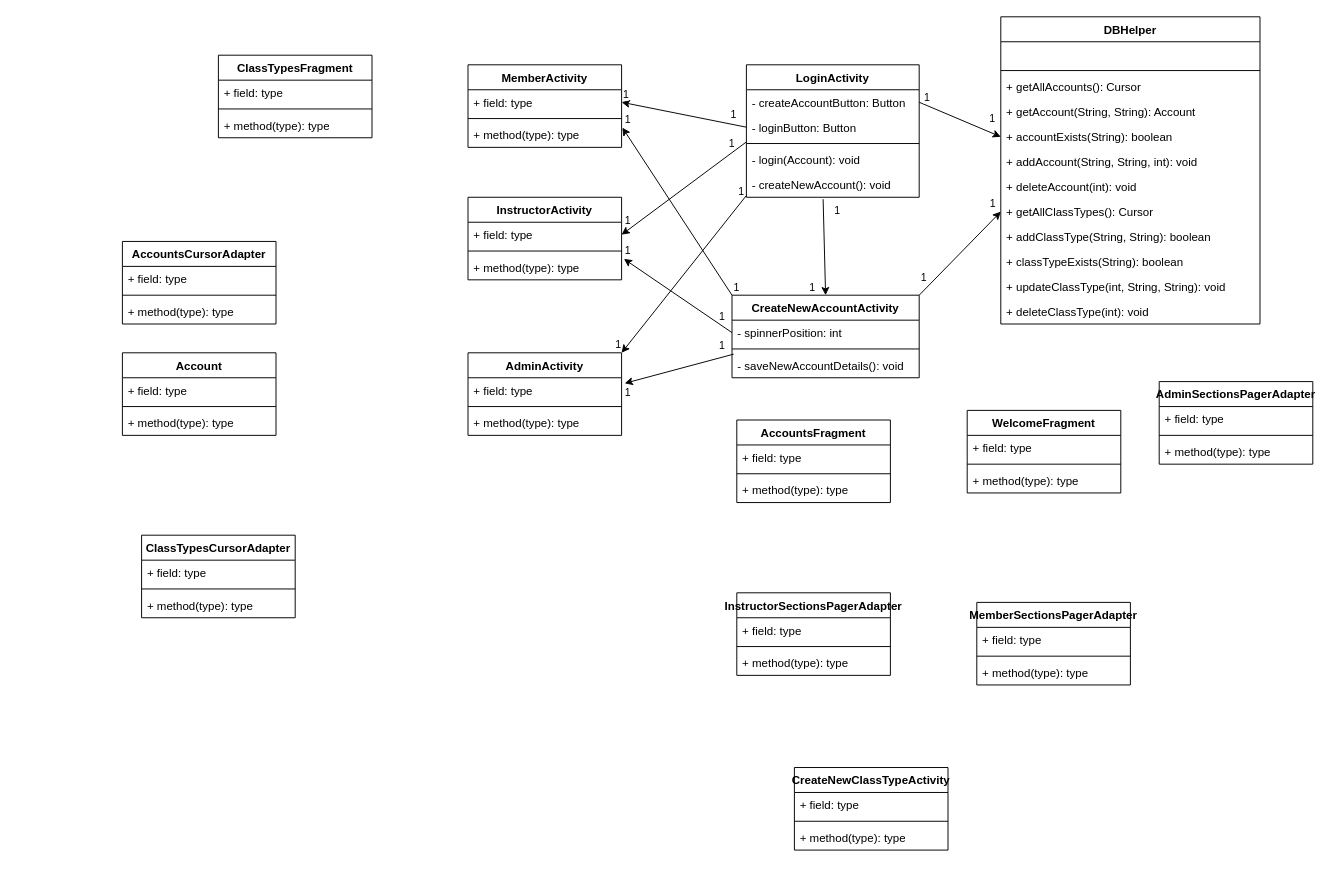
The draw.io diagram Documents/UML Class Diagram.drawio in AmyLDunn/Fitness_Center, before the edit. Source tidied: cells renumbered, new cells numbered last; positions are measured from the earlier drawing's top-left corner, leaving out a move shared by most shapes. Both pictures are drawn from the tidied source at 96%, with x=0, y=0 at pixel (122, 16).
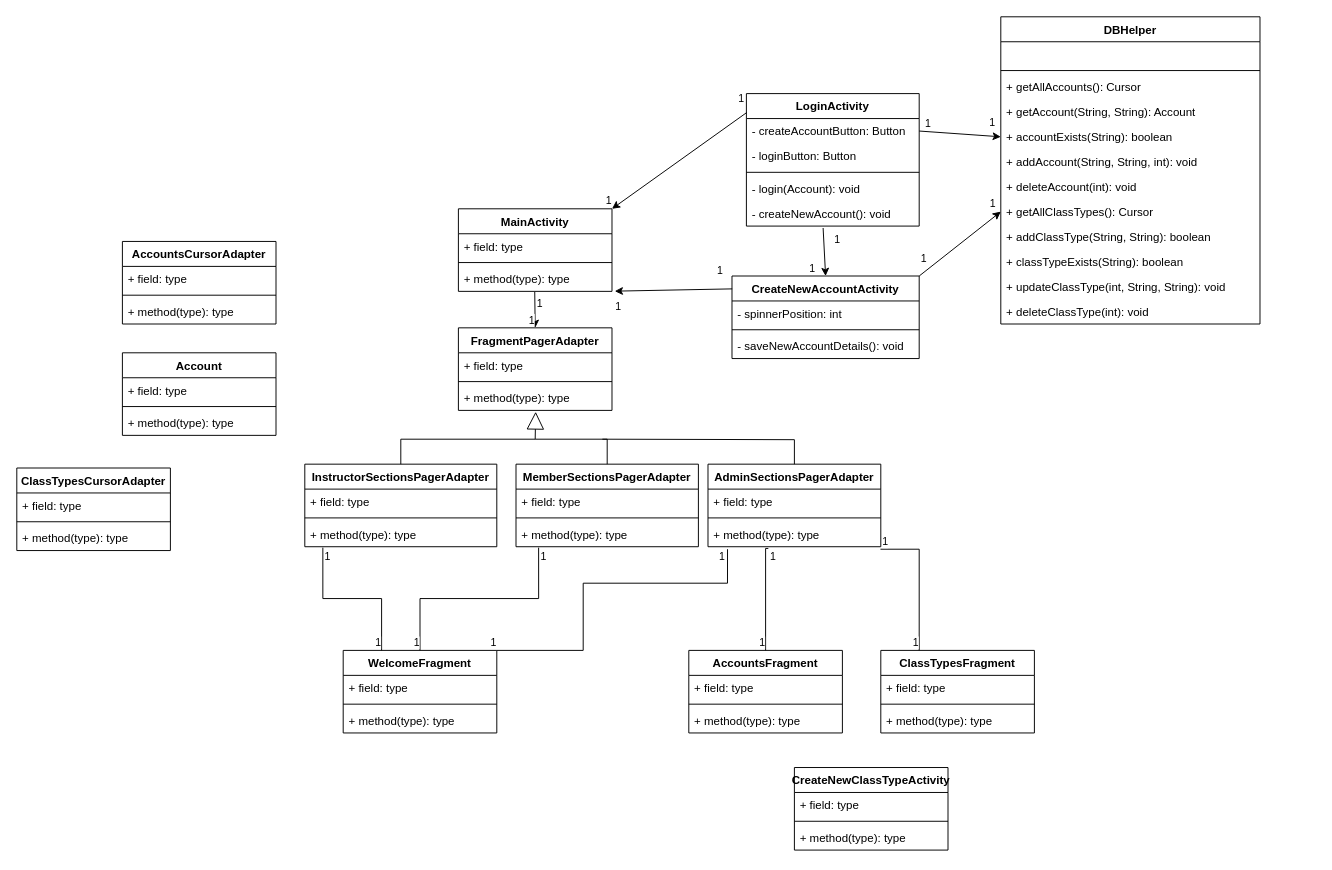
After the change.

The change refers to these unchanged cells:
```xml
<mxCell id="4" value="- loginButton: Button" style="text;strokeColor=none;fillColor=none;align=left;verticalAlign=top;spacingLeft=4;spacingRight=4;overflow=hidden;points=[[0,0.5],[1,0.5]];portConstraint=eastwest;" parent="2" vertex="1">
  <mxGeometry y="52" width="180" height="26" as="geometry" />
</mxCell>
<mxCell id="7" value="- createNewAccount(): void" style="text;strokeColor=none;fillColor=none;align=left;verticalAlign=top;spacingLeft=4;spacingRight=4;overflow=hidden;points=[[0,0.5],[1,0.5]];portConstraint=eastwest;" parent="2" vertex="1">
  <mxGeometry y="112" width="180" height="26" as="geometry" />
</mxCell>
<mxCell id="25" value="- spinnerPosition: int" style="text;strokeColor=none;fillColor=none;align=left;verticalAlign=top;spacingLeft=4;spacingRight=4;overflow=hidden;points=[[0,0.5],[1,0.5]];portConstraint=eastwest;" parent="24" vertex="1">
  <mxGeometry y="26" width="195" height="26" as="geometry" />
</mxCell>
<mxCell id="27" value="- saveNewAccountDetails(): void" style="text;strokeColor=none;fillColor=none;align=left;verticalAlign=top;spacingLeft=4;spacingRight=4;overflow=hidden;points=[[0,0.5],[1,0.5]];portConstraint=eastwest;" parent="24" vertex="1">
  <mxGeometry y="60" width="195" height="26" as="geometry" />
</mxCell>
<mxCell id="71" value="+ field: type" style="text;strokeColor=none;fillColor=none;align=left;verticalAlign=top;spacingLeft=4;spacingRight=4;overflow=hidden;points=[[0,0.5],[1,0.5]];portConstraint=eastwest;" parent="70" vertex="1">
  <mxGeometry y="26" width="160" height="26" as="geometry" />
</mxCell>
<mxCell id="73" value="+ method(type): type" style="text;strokeColor=none;fillColor=none;align=left;verticalAlign=top;spacingLeft=4;spacingRight=4;overflow=hidden;points=[[0,0.5],[1,0.5]];portConstraint=eastwest;" parent="70" vertex="1">
  <mxGeometry y="60" width="160" height="26" as="geometry" />
</mxCell>
```

The edit, as a diff of the source:
```diff
@@
     <mxCell id="2" value="LoginActivity" style="swimlane;fontStyle=1;align=center;verticalAlign=top;horizontal=1;startSize=26;" parent="1" vertex="1">
-      <mxGeometry x="650" y="50" width="180" height="138" as="geometry" />
+      <mxGeometry x="650" y="80" width="180" height="138" as="geometry" />
     </mxCell>
@@
     <mxCell id="24" value="CreateNewAccountActivity" style="swimlane;fontStyle=1;align=center;verticalAlign=top;horizontal=1;startSize=26;" parent="1" vertex="1">
-      <mxGeometry x="635" y="290" width="195" height="86" as="geometry" />
+      <mxGeometry x="635" y="270" width="195" height="86" as="geometry" />
     </mxCell>
@@
     <mxCell id="38" value="ClassTypesCursorAdapter" style="swimlane;fontStyle=1;align=center;verticalAlign=top;horizontal=1;startSize=26;" parent="1" vertex="1">
-      <mxGeometry x="20" y="540" width="160" height="86" as="geometry" />
+      <mxGeometry x="-110" y="470" width="160" height="86" as="geometry" />
     </mxCell>
@@
     <mxCell id="42" value="AccountsFragment" style="swimlane;fontStyle=1;align=center;verticalAlign=top;horizontal=1;startSize=26;" parent="1" vertex="1">
-      <mxGeometry x="640" y="420" width="160" height="86" as="geometry" />
+      <mxGeometry x="590" y="660" width="160" height="86" as="geometry" />
     </mxCell>
@@
     <mxCell id="46" value="ClassTypesFragment" style="swimlane;fontStyle=1;align=center;verticalAlign=top;horizontal=1;startSize=26;" parent="1" vertex="1">
-      <mxGeometry x="100" y="40" width="160" height="86" as="geometry" />
+      <mxGeometry x="790" y="660" width="160" height="86" as="geometry" />
     </mxCell>
@@
     <mxCell id="50" value="WelcomeFragment" style="swimlane;fontStyle=1;align=center;verticalAlign=top;horizontal=1;startSize=26;" parent="1" vertex="1">
-      <mxGeometry x="880" y="410" width="160" height="86" as="geometry" />
+      <mxGeometry x="230" y="660" width="160" height="86" as="geometry" />
     </mxCell>
@@
     <mxCell id="58" value="AdminSectionsPagerAdapter" style="swimlane;fontStyle=1;align=center;verticalAlign=top;horizontal=1;startSize=26;" parent="1" vertex="1">
-      <mxGeometry x="1080" y="380" width="160" height="86" as="geometry" />
+      <mxGeometry x="610" y="466" width="180" height="86" as="geometry" />
     </mxCell>
     <mxCell id="59" value="+ field: type" style="text;strokeColor=none;fillColor=none;align=left;verticalAlign=top;spacingLeft=4;spacingRight=4;overflow=hidden;" parent="58" vertex="1">
-      <mxGeometry y="26" width="160" height="26" as="geometry" />
+      <mxGeometry y="26" width="180" height="26" as="geometry" />
     </mxCell>
     <mxCell id="60" style="line;strokeWidth=1;fillColor=none;align=left;verticalAlign=middle;spacingTop=-1;spacingLeft=3;spacingRight=3;labelPosition=right;" parent="58" vertex="1">
-      <mxGeometry y="52" width="160" height="8" as="geometry" />
+      <mxGeometry y="52" width="180" height="8" as="geometry" />
     </mxCell>
     <mxCell id="61" value="+ method(type): type" style="text;strokeColor=none;fillColor=none;align=left;verticalAlign=top;spacingLeft=4;spacingRight=4;overflow=hidden;points=[[0,0.5],[1,0.5]];portConstraint=eastwest;" parent="58" vertex="1">
-      <mxGeometry y="60" width="160" height="26" as="geometry" />
+      <mxGeometry y="60" width="180" height="26" as="geometry" />
     </mxCell>
     <mxCell id="62" value="InstructorSectionsPagerAdapter" style="swimlane;fontStyle=1;align=center;verticalAlign=top;horizontal=1;startSize=26;" parent="1" vertex="1">
-      <mxGeometry x="640" y="600" width="160" height="86" as="geometry" />
+      <mxGeometry x="190" y="466" width="200" height="86" as="geometry" />
     </mxCell>
     <mxCell id="63" value="+ field: type" style="text;strokeColor=none;fillColor=none;align=left;verticalAlign=top;spacingLeft=4;spacingRight=4;overflow=hidden;" parent="62" vertex="1">
-      <mxGeometry y="26" width="160" height="26" as="geometry" />
+      <mxGeometry y="26" width="200" height="26" as="geometry" />
     </mxCell>
     <mxCell id="64" style="line;strokeWidth=1;fillColor=none;align=left;verticalAlign=middle;spacingTop=-1;spacingLeft=3;spacingRight=3;labelPosition=right;" parent="62" vertex="1">
-      <mxGeometry y="52" width="160" height="8" as="geometry" />
+      <mxGeometry y="52" width="200" height="8" as="geometry" />
     </mxCell>
     <mxCell id="65" value="+ method(type): type" style="text;strokeColor=none;fillColor=none;align=left;verticalAlign=top;spacingLeft=4;spacingRight=4;overflow=hidden;points=[[0,0.5],[1,0.5]];portConstraint=eastwest;" parent="62" vertex="1">
-      <mxGeometry y="60" width="160" height="26" as="geometry" />
+      <mxGeometry y="60" width="200" height="26" as="geometry" />
     </mxCell>
     <mxCell id="66" value="MemberSectionsPagerAdapter" style="swimlane;fontStyle=1;align=center;verticalAlign=top;horizontal=1;startSize=26;" parent="1" vertex="1">
-      <mxGeometry x="890" y="610" width="160" height="86" as="geometry" />
+      <mxGeometry x="410" y="466" width="190" height="86" as="geometry" />
     </mxCell>
     <mxCell id="67" value="+ field: type" style="text;strokeColor=none;fillColor=none;align=left;verticalAlign=top;spacingLeft=4;spacingRight=4;overflow=hidden;" parent="66" vertex="1">
-      <mxGeometry y="26" width="160" height="26" as="geometry" />
+      <mxGeometry y="26" width="190" height="26" as="geometry" />
     </mxCell>
     <mxCell id="68" style="line;strokeWidth=1;fillColor=none;align=left;verticalAlign=middle;spacingTop=-1;spacingLeft=3;spacingRight=3;labelPosition=right;" parent="66" vertex="1">
-      <mxGeometry y="52" width="160" height="8" as="geometry" />
+      <mxGeometry y="52" width="190" height="8" as="geometry" />
     </mxCell>
     <mxCell id="69" value="+ method(type): type" style="text;strokeColor=none;fillColor=none;align=left;verticalAlign=top;spacingLeft=4;spacingRight=4;overflow=hidden;points=[[0,0.5],[1,0.5]];portConstraint=eastwest;" parent="66" vertex="1">
-      <mxGeometry y="60" width="160" height="26" as="geometry" />
+      <mxGeometry y="60" width="190" height="26" as="geometry" />
     </mxCell>
-    <mxCell id="70" value="AdminActivity" style="swimlane;fontStyle=1;align=center;verticalAlign=top;horizontal=1;startSize=26;" parent="1" vertex="1">
-      <mxGeometry x="360" y="350" width="160" height="86" as="geometry" />
+    <mxCell id="70" value="MainActivity" style="swimlane;fontStyle=1;align=center;verticalAlign=top;horizontal=1;startSize=26;" parent="1" vertex="1">
+      <mxGeometry x="350" y="200" width="160" height="86" as="geometry" />
     </mxCell>
@@
-    <mxCell id="74" value="InstructorActivity" style="swimlane;fontStyle=1;align=center;verticalAlign=top;horizontal=1;startSize=26;" parent="1" vertex="1">
-      <mxGeometry x="360" y="188" width="160" height="86" as="geometry" />
-    </mxCell>
-    <mxCell id="75" value="+ field: type" style="text;strokeColor=none;fillColor=none;align=left;verticalAlign=top;spacingLeft=4;spacingRight=4;overflow=hidden;points=[[0,0.5],[1,0.5]];portConstraint=eastwest;" parent="74" vertex="1">
-      <mxGeometry y="26" width="160" height="26" as="geometry" />
-    </mxCell>
-    <mxCell id="76" style="line;strokeWidth=1;fillColor=none;align=left;verticalAlign=middle;spacingTop=-1;spacingLeft=3;spacingRight=3;labelPosition=right;" parent="74" vertex="1">
-      <mxGeometry y="52" width="160" height="8" as="geometry" />
-    </mxCell>
-    <mxCell id="77" value="+ method(type): type" style="text;strokeColor=none;fillColor=none;align=left;verticalAlign=top;spacingLeft=4;spacingRight=4;overflow=hidden;points=[[0,0.5],[1,0.5]];portConstraint=eastwest;" parent="74" vertex="1">
-      <mxGeometry y="60" width="160" height="26" as="geometry" />
-    </mxCell>
-    <mxCell id="78" value="MemberActivity" style="swimlane;fontStyle=1;align=center;verticalAlign=top;horizontal=1;startSize=26;" parent="1" vertex="1">
-      <mxGeometry x="360" y="50" width="160" height="86" as="geometry" />
-    </mxCell>
-    <mxCell id="79" value="+ field: type" style="text;strokeColor=none;fillColor=none;align=left;verticalAlign=top;spacingLeft=4;spacingRight=4;overflow=hidden;points=[[0,0.5],[1,0.5]];portConstraint=eastwest;" parent="78" vertex="1">
-      <mxGeometry y="26" width="160" height="26" as="geometry" />
-    </mxCell>
-    <mxCell id="80" style="line;strokeWidth=1;fillColor=none;align=left;verticalAlign=middle;spacingTop=-1;spacingLeft=3;spacingRight=3;labelPosition=right;" parent="78" vertex="1">
-      <mxGeometry y="52" width="160" height="8" as="geometry" />
-    </mxCell>
-    <mxCell id="81" value="+ method(type): type" style="text;strokeColor=none;fillColor=none;align=left;verticalAlign=top;spacingLeft=4;spacingRight=4;overflow=hidden;points=[[0,0.5],[1,0.5]];portConstraint=eastwest;" parent="78" vertex="1">
-      <mxGeometry y="60" width="160" height="26" as="geometry" />
-    </mxCell>
@@
-    <mxCell id="86" style="endArrow=none;html=1;rounded=0;entryX=0;entryY=0.5;entryDx=0;entryDy=0;exitX=1;exitY=0.5;exitDx=0;exitDy=0;endFill=0;startArrow=classic;startFill=1;" parent="1" edge="1" source="79" target="4">
-      <mxGeometry relative="1" as="geometry" />
-    </mxCell>
-    <mxCell id="87" value="1" style="edgeLabel;html=1;align=left;verticalAlign=bottom;" parent="86" vertex="1">
-      <mxGeometry x="-1" relative="1" as="geometry" />
-    </mxCell>
-    <mxCell id="88" value="1" style="edgeLabel;html=1;align=right;verticalAlign=bottom;" parent="86" vertex="1">
-      <mxGeometry x="1" relative="1" as="geometry">
-        <mxPoint x="-10" y="-5" as="offset" />
-      </mxGeometry>
-    </mxCell>
-    <mxCell id="89" style="endArrow=classic;html=1;rounded=0;entryX=1;entryY=0.5;entryDx=0;entryDy=0;exitX=-0.002;exitY=1.1;exitDx=0;exitDy=0;exitPerimeter=0;endFill=1;" parent="1" edge="1" source="4" target="75">
-      <mxGeometry relative="1" as="geometry" />
-    </mxCell>
-    <mxCell id="90" value="1" style="edgeLabel;html=1;align=left;verticalAlign=bottom;" parent="89" vertex="1">
-      <mxGeometry x="-1" relative="1" as="geometry">
-        <mxPoint x="-20" y="9" as="offset" />
-      </mxGeometry>
-    </mxCell>
-    <mxCell id="91" value="1" style="edgeLabel;html=1;align=right;verticalAlign=bottom;" parent="89" vertex="1">
-      <mxGeometry x="1" relative="1" as="geometry">
-        <mxPoint x="10" y="-7" as="offset" />
-      </mxGeometry>
-    </mxCell>
-    <mxCell id="92" style="endArrow=classic;html=1;rounded=0;exitX=-0.002;exitY=0.946;exitDx=0;exitDy=0;exitPerimeter=0;entryX=1;entryY=0;entryDx=0;entryDy=0;endFill=1;" parent="1" edge="1" source="7" target="70">
+    <mxCell id="92" style="endArrow=classic;html=1;rounded=0;exitX=0.002;exitY=0.143;exitDx=0;exitDy=0;exitPerimeter=0;entryX=1;entryY=0;entryDx=0;entryDy=0;endFill=1;" parent="1" edge="1" source="2" target="70">
       <mxGeometry relative="1" as="geometry" />
     </mxCell>
     <mxCell id="93" value="1" style="edgeLabel;html=1;align=left;verticalAlign=bottom;" parent="92" vertex="1">
       <mxGeometry x="-1" relative="1" as="geometry">
-        <mxPoint x="-10" y="3" as="offset" />
+        <mxPoint x="-10" y="-7" as="offset" />
       </mxGeometry>
     </mxCell>
@@
-    <mxCell id="95" style="endArrow=classic;html=1;rounded=0;entryX=1.005;entryY=0.208;entryDx=0;entryDy=0;entryPerimeter=0;exitX=0;exitY=0;exitDx=0;exitDy=0;endFill=1;" parent="1" edge="1" source="24" target="81">
-      <mxGeometry relative="1" as="geometry" />
-    </mxCell>
-    <mxCell id="96" value="1" style="edgeLabel;html=1;align=left;verticalAlign=bottom;" parent="95" vertex="1">
-      <mxGeometry x="-1" relative="1" as="geometry" />
-    </mxCell>
-    <mxCell id="97" value="1" style="edgeLabel;html=1;align=right;verticalAlign=bottom;" parent="95" vertex="1">
-      <mxGeometry x="1" relative="1" as="geometry">
-        <mxPoint x="9" as="offset" />
-      </mxGeometry>
-    </mxCell>
-    <mxCell id="98" style="endArrow=classic;html=1;rounded=0;entryX=1.015;entryY=0.162;entryDx=0;entryDy=0;entryPerimeter=0;exitX=0;exitY=0.5;exitDx=0;exitDy=0;endFill=1;" parent="1" edge="1" source="25" target="77">
-      <mxGeometry relative="1" as="geometry" />
-    </mxCell>
-    <mxCell id="99" value="1" style="edgeLabel;html=1;align=left;verticalAlign=bottom;" parent="98" vertex="1">
-      <mxGeometry x="-1" relative="1" as="geometry">
-        <mxPoint x="-15" y="-9" as="offset" />
-      </mxGeometry>
-    </mxCell>
-    <mxCell id="100" value="1" style="edgeLabel;html=1;align=right;verticalAlign=bottom;" parent="98" vertex="1">
-      <mxGeometry x="1" relative="1" as="geometry">
-        <mxPoint x="7" as="offset" />
-      </mxGeometry>
-    </mxCell>
-    <mxCell id="101" style="endArrow=classic;html=1;rounded=0;entryX=1.02;entryY=0.223;entryDx=0;entryDy=0;entryPerimeter=0;exitX=0.009;exitY=0.054;exitDx=0;exitDy=0;exitPerimeter=0;endFill=1;" parent="1" edge="1" source="27" target="71">
+    <mxCell id="101" style="endArrow=classic;html=1;rounded=0;entryX=1.018;entryY=0.992;entryDx=0;entryDy=0;entryPerimeter=0;exitX=0.001;exitY=0.156;exitDx=0;exitDy=0;exitPerimeter=0;endFill=1;" parent="1" edge="1" source="24" target="73">
       <mxGeometry relative="1" as="geometry" />
     </mxCell>
     <mxCell id="102" value="1" style="edgeLabel;html=1;align=left;verticalAlign=bottom;" parent="101" vertex="1">
       <mxGeometry x="-1" relative="1" as="geometry">
-        <mxPoint x="-17" as="offset" />
+        <mxPoint x="-17" y="-11" as="offset" />
       </mxGeometry>
     </mxCell>
     <mxCell id="103" value="1" style="edgeLabel;html=1;align=right;verticalAlign=bottom;" parent="101" vertex="1">
       <mxGeometry x="1" relative="1" as="geometry">
-        <mxPoint x="7" y="18" as="offset" />
+        <mxPoint x="7" y="24" as="offset" />
       </mxGeometry>
     </mxCell>
+    <mxCell id="104" value="FragmentPagerAdapter" style="swimlane;fontStyle=1;align=center;verticalAlign=top;horizontal=1;startSize=26;" parent="1" vertex="1">
+      <mxGeometry x="350" y="324" width="160" height="86" as="geometry" />
+    </mxCell>
+    <mxCell id="105" value="+ field: type" style="text;strokeColor=none;fillColor=none;align=left;verticalAlign=top;spacingLeft=4;spacingRight=4;overflow=hidden;" parent="104" vertex="1">
+      <mxGeometry y="26" width="160" height="26" as="geometry" />
+    </mxCell>
+    <mxCell id="106" style="line;strokeWidth=1;fillColor=none;align=left;verticalAlign=middle;spacingTop=-1;spacingLeft=3;spacingRight=3;labelPosition=right;" parent="104" vertex="1">
+      <mxGeometry y="52" width="160" height="8" as="geometry" />
+    </mxCell>
+    <mxCell id="107" value="+ method(type): type" style="text;strokeColor=none;fillColor=none;align=left;verticalAlign=top;spacingLeft=4;spacingRight=4;overflow=hidden;points=[[0,0.5],[1,0.5]];portConstraint=eastwest;" parent="104" vertex="1">
+      <mxGeometry y="60" width="160" height="26" as="geometry" />
+    </mxCell>
+    <mxCell id="108" style="endArrow=classic;html=1;rounded=0;entryX=0.5;entryY=0;entryDx=0;entryDy=0;endFill=1;exitX=0.497;exitY=1.023;exitDx=0;exitDy=0;exitPerimeter=0;" parent="1" edge="1" source="73" target="104">
+      <mxGeometry relative="1" as="geometry" />
+    </mxCell>
+    <mxCell id="109" value="1" style="edgeLabel;html=1;align=left;verticalAlign=bottom;" parent="108" vertex="1">
+      <mxGeometry x="-1" relative="1" as="geometry">
+        <mxPoint y="20" as="offset" />
+      </mxGeometry>
+    </mxCell>
+    <mxCell id="110" value="1" style="edgeLabel;html=1;align=right;verticalAlign=bottom;" parent="108" vertex="1">
+      <mxGeometry x="1" relative="1" as="geometry" />
+    </mxCell>
+    <mxCell id="111" style="endArrow=block;endSize=16;endFill=0;html=1;rounded=0;entryX=0.503;entryY=1.054;entryDx=0;entryDy=0;entryPerimeter=0;exitX=0.5;exitY=0;exitDx=0;exitDy=0;" parent="1" edge="1" source="62" target="107">
+      <mxGeometry x="-0.42" y="43" relative="1" as="geometry">
+        <Array as="points">
+          <mxPoint x="290" y="440" />
+          <mxPoint x="430" y="440" />
+        </Array>
+      </mxGeometry>
+    </mxCell>
+    <mxCell id="112" style="endArrow=none;html=1;edgeStyle=orthogonalEdgeStyle;rounded=0;entryX=0.5;entryY=0;entryDx=0;entryDy=0;" parent="1" edge="1" target="66">
+      <mxGeometry relative="1" as="geometry">
+        <mxPoint x="430" y="440" as="sourcePoint" />
+        <Array as="points">
+          <mxPoint x="505" y="440" />
+        </Array>
+      </mxGeometry>
+    </mxCell>
+    <mxCell id="113" style="endArrow=none;html=1;edgeStyle=orthogonalEdgeStyle;rounded=0;entryX=0.5;entryY=0;entryDx=0;entryDy=0;" parent="1" edge="1" target="58">
+      <mxGeometry relative="1" as="geometry">
+        <mxPoint x="500" y="440" as="sourcePoint" />
+      </mxGeometry>
+    </mxCell>
+    <mxCell id="114" style="endArrow=none;html=1;edgeStyle=orthogonalEdgeStyle;rounded=0;exitX=0.094;exitY=1.038;exitDx=0;exitDy=0;exitPerimeter=0;entryX=0.25;entryY=0;entryDx=0;entryDy=0;" parent="1" edge="1" source="65" target="50">
+      <mxGeometry relative="1" as="geometry" />
+    </mxCell>
+    <mxCell id="115" value="1" style="edgeLabel;html=1;align=left;verticalAlign=bottom;" parent="114" vertex="1">
+      <mxGeometry x="-1" relative="1" as="geometry">
+        <mxPoint y="17" as="offset" />
+      </mxGeometry>
+    </mxCell>
+    <mxCell id="116" value="1" style="edgeLabel;html=1;align=right;verticalAlign=bottom;" parent="114" vertex="1">
+      <mxGeometry x="1" relative="1" as="geometry" />
+    </mxCell>
+    <mxCell id="117" style="endArrow=none;html=1;edgeStyle=orthogonalEdgeStyle;rounded=0;exitX=0.124;exitY=1.038;exitDx=0;exitDy=0;exitPerimeter=0;entryX=0.5;entryY=0;entryDx=0;entryDy=0;" parent="1" edge="1" source="69" target="50">
+      <mxGeometry relative="1" as="geometry" />
+    </mxCell>
+    <mxCell id="118" value="1" style="edgeLabel;html=1;align=left;verticalAlign=bottom;" parent="117" vertex="1">
+      <mxGeometry x="-1" relative="1" as="geometry">
+        <mxPoint y="17" as="offset" />
+      </mxGeometry>
+    </mxCell>
+    <mxCell id="119" value="1" style="edgeLabel;html=1;align=right;verticalAlign=bottom;" parent="117" vertex="1">
+      <mxGeometry x="1" relative="1" as="geometry" />
+    </mxCell>
+    <mxCell id="120" style="endArrow=none;html=1;edgeStyle=orthogonalEdgeStyle;rounded=0;exitX=0.113;exitY=1.1;exitDx=0;exitDy=0;exitPerimeter=0;entryX=1;entryY=0;entryDx=0;entryDy=0;" parent="1" edge="1" source="61" target="50">
+      <mxGeometry relative="1" as="geometry">
+        <Array as="points">
+          <mxPoint x="630" y="590" />
+          <mxPoint x="480" y="590" />
+          <mxPoint x="480" y="660" />
+        </Array>
+      </mxGeometry>
+    </mxCell>
+    <mxCell id="121" value="1" style="edgeLabel;html=1;align=left;verticalAlign=bottom;" parent="120" vertex="1">
+      <mxGeometry x="-1" relative="1" as="geometry">
+        <mxPoint x="-10" y="15" as="offset" />
+      </mxGeometry>
+    </mxCell>
+    <mxCell id="122" value="1" style="edgeLabel;html=1;align=right;verticalAlign=bottom;" parent="120" vertex="1">
+      <mxGeometry x="1" relative="1" as="geometry" />
+    </mxCell>
+    <mxCell id="123" style="endArrow=none;html=1;edgeStyle=orthogonalEdgeStyle;rounded=0;exitX=0.349;exitY=1.069;exitDx=0;exitDy=0;exitPerimeter=0;entryX=0.5;entryY=0;entryDx=0;entryDy=0;" parent="1" edge="1" source="61" target="42">
+      <mxGeometry relative="1" as="geometry">
+        <Array as="points">
+          <mxPoint x="670" y="554" />
+        </Array>
+      </mxGeometry>
+    </mxCell>
+    <mxCell id="124" value="1" style="edgeLabel;html=1;align=left;verticalAlign=bottom;" parent="123" vertex="1">
+      <mxGeometry x="-1" relative="1" as="geometry">
+        <mxPoint y="16" as="offset" />
+      </mxGeometry>
+    </mxCell>
+    <mxCell id="125" value="1" style="edgeLabel;html=1;align=right;verticalAlign=bottom;" parent="123" vertex="1">
+      <mxGeometry x="1" relative="1" as="geometry" />
+    </mxCell>
+    <mxCell id="126" style="endArrow=none;html=1;edgeStyle=orthogonalEdgeStyle;rounded=0;exitX=0.998;exitY=1.1;exitDx=0;exitDy=0;exitPerimeter=0;entryX=0.25;entryY=0;entryDx=0;entryDy=0;" parent="1" edge="1" source="61" target="46">
+      <mxGeometry relative="1" as="geometry" />
+    </mxCell>
+    <mxCell id="127" value="1" style="edgeLabel;html=1;align=left;verticalAlign=bottom;" parent="126" vertex="1">
+      <mxGeometry x="-1" relative="1" as="geometry" />
+    </mxCell>
+    <mxCell id="128" value="1" style="edgeLabel;html=1;align=right;verticalAlign=bottom;" parent="126" vertex="1">
+      <mxGeometry x="1" relative="1" as="geometry" />
+    </mxCell>
```
